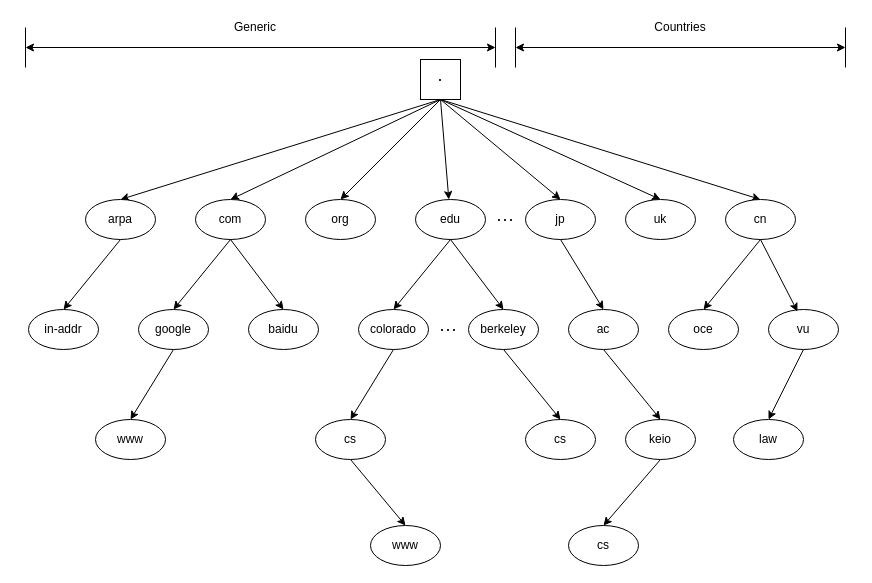
Above: dns.drawio in ctimbai/draw.io (draw.io), before the change. Source tidied: cells renumbered, new cells numbered last; positions are measured from the earlier drawing's top-left corner, leaving out a move shared by most shapes. Both pictures are drawn from the tidied source at 100%, with x=0, y=0 at pixel (25, 17).
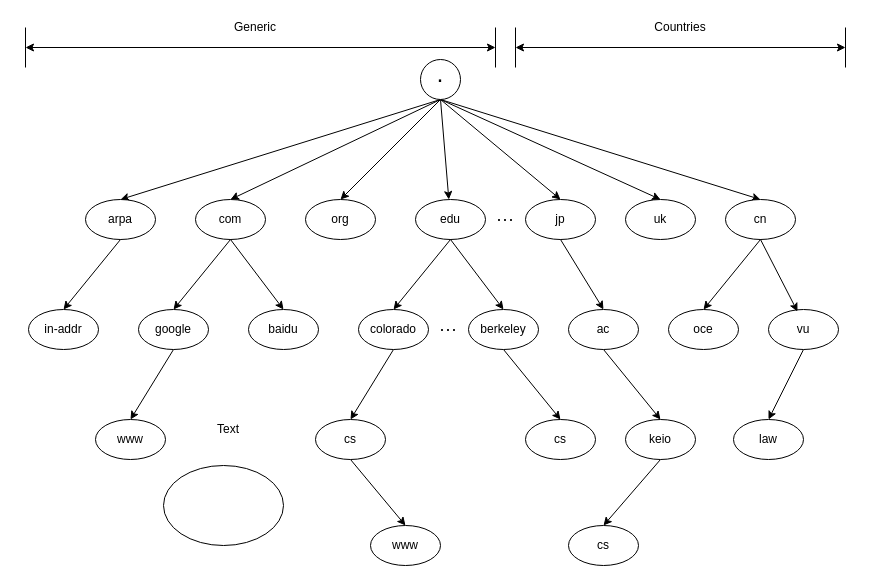
Above is the later version.

The change refers to these unchanged cells:
```xml
<mxCell id="11" value="arpa" style="ellipse;whiteSpace=wrap;html=1;" parent="10" vertex="1">
  <mxGeometry width="70" height="40" as="geometry" />
</mxCell>
<mxCell id="12" value="com" style="ellipse;whiteSpace=wrap;html=1;" parent="10" vertex="1">
  <mxGeometry x="110" width="70" height="40" as="geometry" />
</mxCell>
<mxCell id="13" value="org" style="ellipse;whiteSpace=wrap;html=1;" parent="10" vertex="1">
  <mxGeometry x="220" width="70" height="40" as="geometry" />
</mxCell>
<mxCell id="14" value="edu" style="ellipse;whiteSpace=wrap;html=1;" parent="10" vertex="1">
  <mxGeometry x="330" width="70" height="40" as="geometry" />
</mxCell>
<mxCell id="16" value="jp" style="ellipse;whiteSpace=wrap;html=1;" parent="10" vertex="1">
  <mxGeometry x="440" width="70" height="40" as="geometry" />
</mxCell>
<mxCell id="17" value="uk" style="ellipse;whiteSpace=wrap;html=1;" parent="10" vertex="1">
  <mxGeometry x="540" width="70" height="40" as="geometry" />
</mxCell>
<mxCell id="18" value="cn" style="ellipse;whiteSpace=wrap;html=1;" parent="10" vertex="1">
  <mxGeometry x="640" width="70" height="40" as="geometry" />
</mxCell>
```

Change to the diagram source:
```diff
@@
-    <mxCell id="2" style="edgeStyle=none;rounded=0;jettySize=auto;html=1;exitX=0.5;exitY=1;exitDx=0;exitDy=0;entryX=0.5;entryY=0;entryDx=0;entryDy=0;" parent="1" edge="1" source="9" target="11">
-      <mxGeometry relative="1" as="geometry" />
+    <mxCell id="2" style="edgeStyle=none;rounded=0;jettySize=auto;html=1;exitX=0.5;exitY=1;exitDx=0;exitDy=0;entryX=0.5;entryY=0;entryDx=0;entryDy=0;" parent="1" edge="1" target="11">
+      <mxGeometry relative="1" as="geometry">
+        <mxPoint x="415" y="82" as="sourcePoint" />
+      </mxGeometry>
     </mxCell>
-    <mxCell id="3" style="edgeStyle=none;rounded=0;jettySize=auto;html=1;exitX=0.5;exitY=1;exitDx=0;exitDy=0;entryX=0.5;entryY=0;entryDx=0;entryDy=0;" parent="1" edge="1" source="9" target="12">
-      <mxGeometry relative="1" as="geometry" />
+    <mxCell id="3" style="edgeStyle=none;rounded=0;jettySize=auto;html=1;exitX=0.5;exitY=1;exitDx=0;exitDy=0;entryX=0.5;entryY=0;entryDx=0;entryDy=0;" parent="1" edge="1" target="12">
+      <mxGeometry relative="1" as="geometry">
+        <mxPoint x="415" y="82" as="sourcePoint" />
+      </mxGeometry>
     </mxCell>
-    <mxCell id="4" style="edgeStyle=none;rounded=0;jettySize=auto;html=1;exitX=0.5;exitY=1;exitDx=0;exitDy=0;entryX=0.5;entryY=0;entryDx=0;entryDy=0;" parent="1" edge="1" source="9" target="13">
-      <mxGeometry relative="1" as="geometry" />
+    <mxCell id="4" style="edgeStyle=none;rounded=0;jettySize=auto;html=1;exitX=0.5;exitY=1;exitDx=0;exitDy=0;entryX=0.5;entryY=0;entryDx=0;entryDy=0;" parent="1" edge="1" target="13">
+      <mxGeometry relative="1" as="geometry">
+        <mxPoint x="415" y="82" as="sourcePoint" />
+      </mxGeometry>
     </mxCell>
-    <mxCell id="5" style="edgeStyle=none;rounded=0;jettySize=auto;html=1;exitX=0.5;exitY=1;exitDx=0;exitDy=0;" parent="1" edge="1" source="9" target="14">
-      <mxGeometry relative="1" as="geometry" />
+    <mxCell id="5" style="edgeStyle=none;rounded=0;jettySize=auto;html=1;exitX=0.5;exitY=1;exitDx=0;exitDy=0;" parent="1" edge="1" target="14">
+      <mxGeometry relative="1" as="geometry">
+        <mxPoint x="415" y="82" as="sourcePoint" />
+      </mxGeometry>
     </mxCell>
-    <mxCell id="6" style="edgeStyle=none;rounded=0;jettySize=auto;html=1;exitX=0.5;exitY=1;exitDx=0;exitDy=0;entryX=0.5;entryY=0;entryDx=0;entryDy=0;" parent="1" edge="1" source="9" target="16">
-      <mxGeometry relative="1" as="geometry" />
+    <mxCell id="6" style="edgeStyle=none;rounded=0;jettySize=auto;html=1;exitX=0.5;exitY=1;exitDx=0;exitDy=0;entryX=0.5;entryY=0;entryDx=0;entryDy=0;" parent="1" edge="1" target="16">
+      <mxGeometry relative="1" as="geometry">
+        <mxPoint x="415" y="82" as="sourcePoint" />
+      </mxGeometry>
     </mxCell>
-    <mxCell id="7" style="edgeStyle=none;rounded=0;jettySize=auto;html=1;exitX=0.5;exitY=1;exitDx=0;exitDy=0;entryX=0.5;entryY=0;entryDx=0;entryDy=0;" parent="1" edge="1" source="9" target="17">
-      <mxGeometry relative="1" as="geometry" />
+    <mxCell id="7" style="edgeStyle=none;rounded=0;jettySize=auto;html=1;exitX=0.5;exitY=1;exitDx=0;exitDy=0;entryX=0.5;entryY=0;entryDx=0;entryDy=0;" parent="1" edge="1" target="17">
+      <mxGeometry relative="1" as="geometry">
+        <mxPoint x="415" y="82" as="sourcePoint" />
+      </mxGeometry>
     </mxCell>
-    <mxCell id="8" style="edgeStyle=none;rounded=0;jettySize=auto;html=1;exitX=0.5;exitY=1;exitDx=0;exitDy=0;entryX=0.5;entryY=0;entryDx=0;entryDy=0;" parent="1" edge="1" source="9" target="18">
-      <mxGeometry relative="1" as="geometry" />
+    <mxCell id="8" style="edgeStyle=none;rounded=0;jettySize=auto;html=1;exitX=0.5;exitY=1;exitDx=0;exitDy=0;entryX=0.5;entryY=0;entryDx=0;entryDy=0;" parent="1" edge="1" target="18">
+      <mxGeometry relative="1" as="geometry">
+        <mxPoint x="415" y="82" as="sourcePoint" />
+      </mxGeometry>
     </mxCell>
-    <mxCell id="9" value="&lt;font style=&quot;font-size: 18px&quot;&gt;·&lt;/font&gt;" style="whiteSpace=wrap;html=1;" parent="1" vertex="1">
-      <mxGeometry x="395" y="42" width="40" height="40" as="geometry" />
-    </mxCell>
@@
+    <mxCell id="9" value="&lt;font style=&quot;font-size: 24px&quot;&gt;·&lt;/font&gt;" style="ellipse;whiteSpace=wrap;html=1;" parent="1" vertex="1">
+      <mxGeometry x="395" y="42" width="40" height="40" as="geometry" />
+    </mxCell>
+    <mxCell id="58" value="Text" style="text;html=1;strokeColor=none;fillColor=none;align=center;verticalAlign=middle;whiteSpace=wrap;rounded=0;" parent="1" vertex="1">
+      <mxGeometry x="183" y="402" width="40" height="20" as="geometry" />
+    </mxCell>
+    <mxCell id="59" style="ellipse;whiteSpace=wrap;html=1;" parent="1" vertex="1">
+      <mxGeometry x="138" y="448" width="120" height="80" as="geometry" />
+    </mxCell>
```
